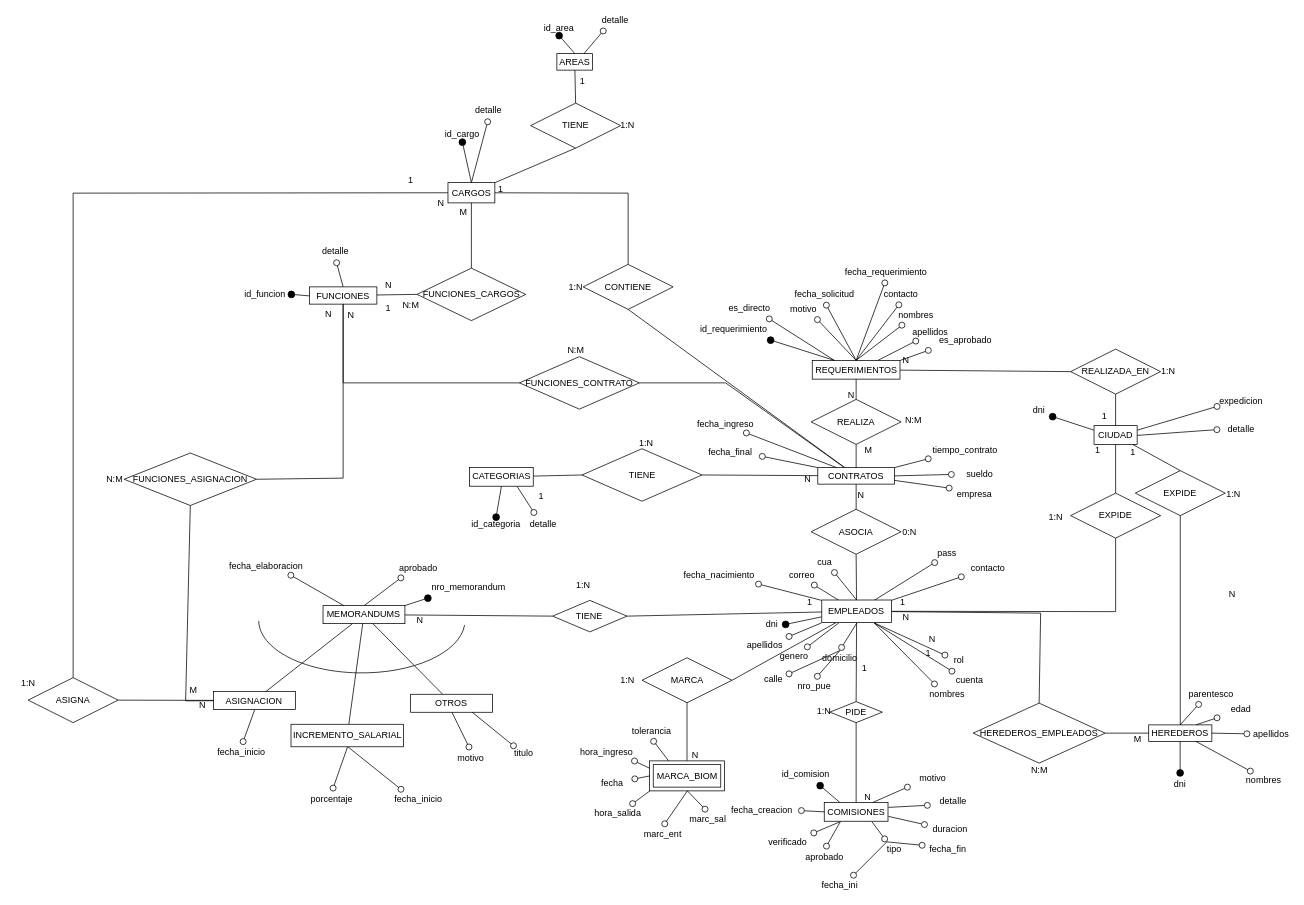
Above: page "Página-2" (2 of 4) of Diagrama SRH.drawio in tomyivan/diagramas-DB (draw.io), before the change. Source tidied: cells renumbered, new cells numbered last; positions are measured from the earlier drawing's top-left corner, leaving out a move shared by most shapes. Both pictures are drawn from the tidied source at 75%, with x=0, y=0 at pixel (13, 13).
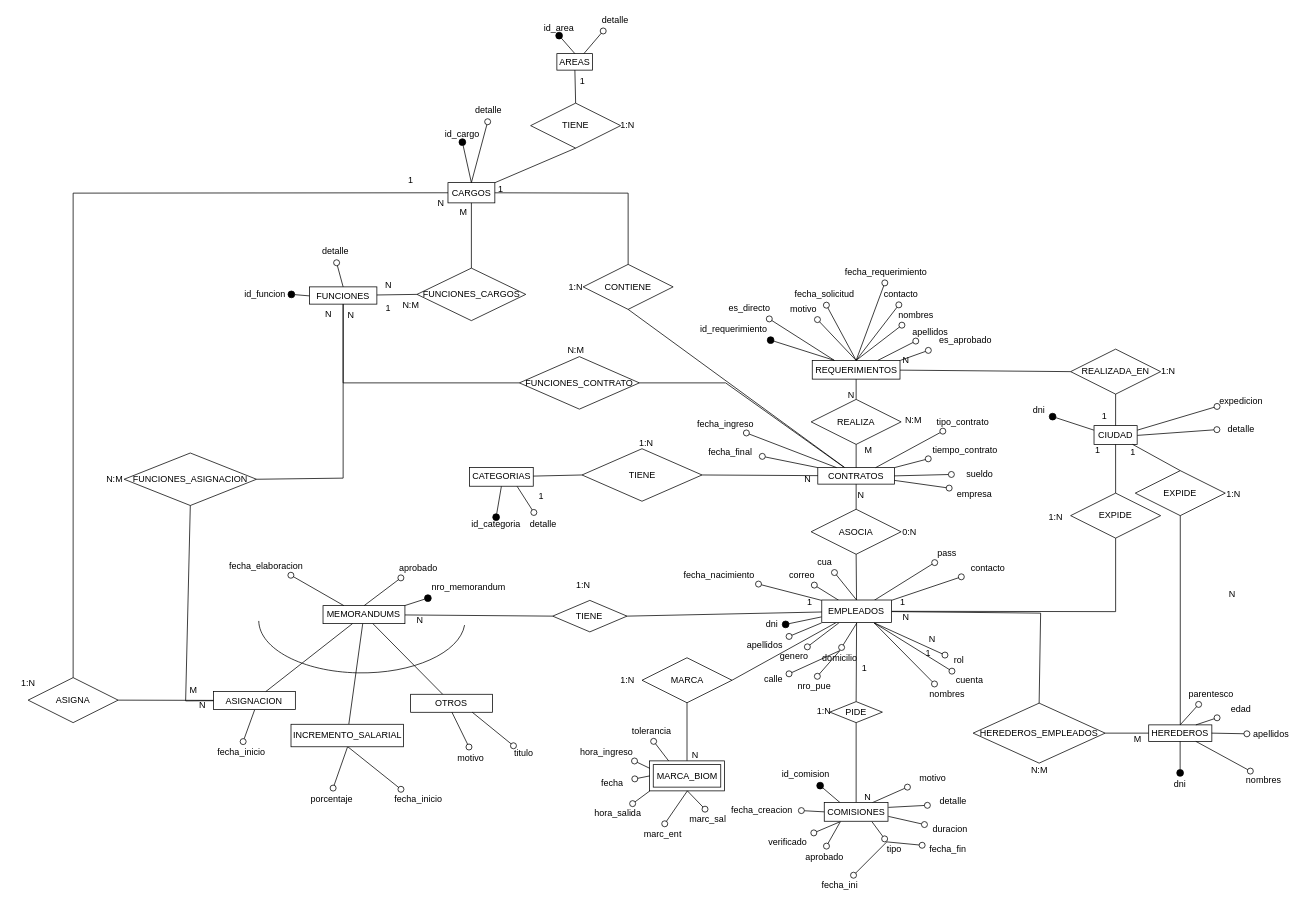
The same diagram, later.

Unchanged cells that the change refers to:
```xml
<mxCell id="168" value="CONTRATOS" style="whiteSpace=wrap;html=1;align=center;rounded=0;" parent="1" vertex="1">
  <mxGeometry x="1072.9" y="606" width="102.2" height="22" as="geometry" />
</mxCell>
```

What changed in the source:
```diff
@@
+    <mxCell id="252" value="tipo_contrato" style="whiteSpace=wrap;html=1;align=center;strokeColor=none;fillColor=none;rounded=0;" parent="1" vertex="1">
+      <mxGeometry x="1222.2" y="535" width="88.6" height="20" as="geometry" />
+    </mxCell>
+    <mxCell id="253" style="endArrow=circle;html=1;rounded=0;strokeColor=default;shadow=0;startFill=0;fillOpacity=100;endFill=0;snapToPoint=1;fixDash=1;backgroundOutline=1;comic=0;enumerate=0;orthogonal=0;strokeOpacity=100;arcSize=210;startArrow=none;strokeWidth=1;startSize=0;endSize=3;" parent="1" edge="1" source="168" target="252">
+      <mxGeometry relative="1" as="geometry" />
+    </mxCell>
```
